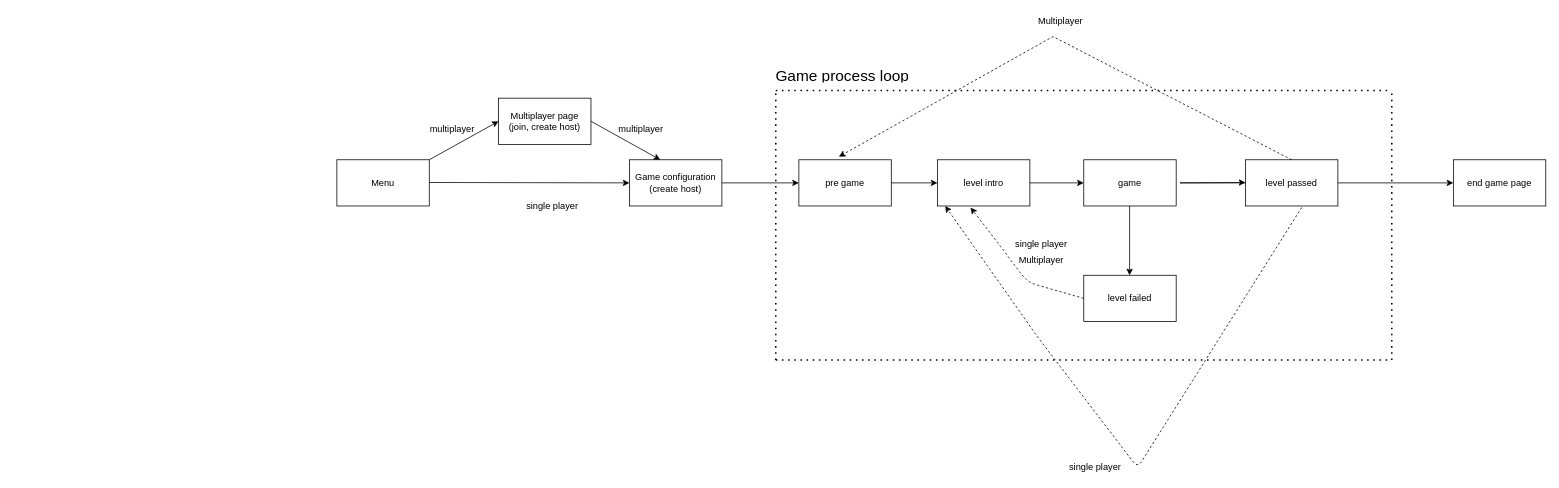
The draw.io diagram docs/diagramms/gameProcess.drawio in tritonJS826/sooner-or-later-2d, before the edit. Source tidied: cells renumbered, new cells numbered last; positions are measured from the earlier drawing's top-left corner, leaving out a move shared by most shapes. Both pictures are drawn from the tidied source at 77%, with x=0, y=0 at pixel (336, 13).
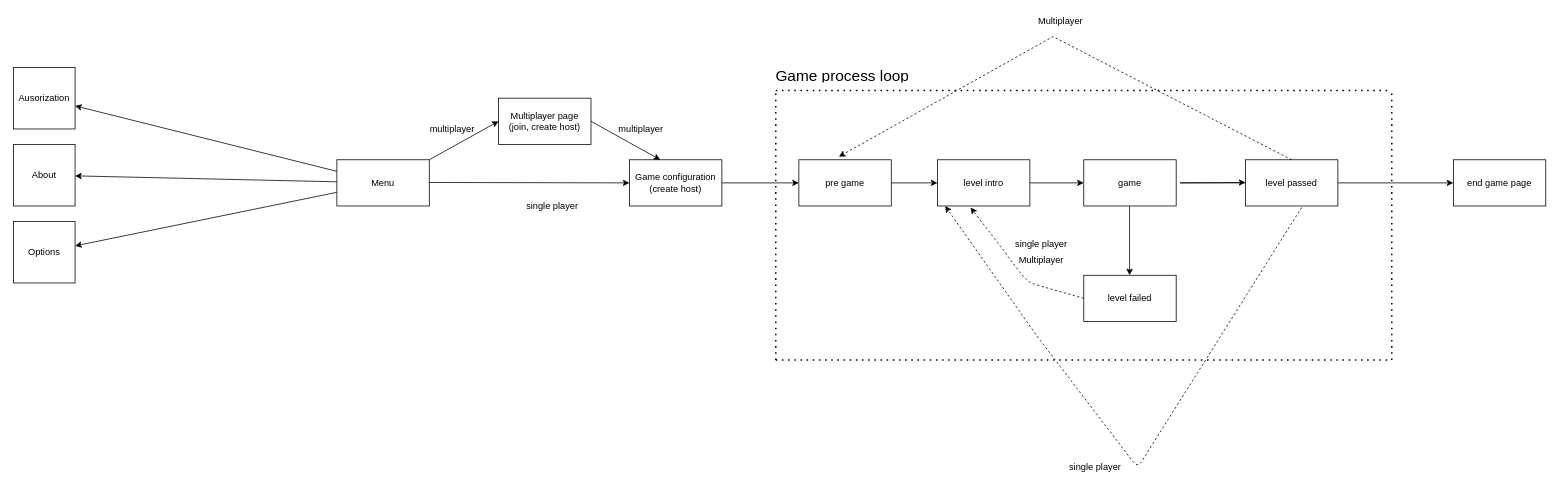
After the change.

The change refers to these unchanged cells:
```xml
<mxCell id="2" value="Menu" style="rounded=0;whiteSpace=wrap;html=1;" parent="1" vertex="1">
  <mxGeometry y="190" width="120" height="60" as="geometry" />
</mxCell>
```

The edit, as a diff of the source:
```diff
@@
+    <mxCell id="35" value="Ausorization" style="whiteSpace=wrap;html=1;" parent="1" vertex="1">
+      <mxGeometry x="-420" y="70" width="80" height="80" as="geometry" />
+    </mxCell>
+    <mxCell id="36" value="Options" style="whiteSpace=wrap;html=1;" parent="1" vertex="1">
+      <mxGeometry x="-420" y="270" width="80" height="80" as="geometry" />
+    </mxCell>
+    <mxCell id="37" value="About" style="whiteSpace=wrap;html=1;" parent="1" vertex="1">
+      <mxGeometry x="-420" y="170" width="80" height="80" as="geometry" />
+    </mxCell>
+    <mxCell id="38" style="endArrow=classic;html=1;" parent="1" edge="1" source="2" target="35">
+      <mxGeometry relative="1" as="geometry" />
+    </mxCell>
+    <mxCell id="39" style="endArrow=classic;html=1;" parent="1" edge="1" source="2" target="37">
+      <mxGeometry relative="1" as="geometry" />
+    </mxCell>
+    <mxCell id="40" style="endArrow=classic;html=1;" parent="1" edge="1" source="2" target="36">
+      <mxGeometry relative="1" as="geometry" />
+    </mxCell>
```
